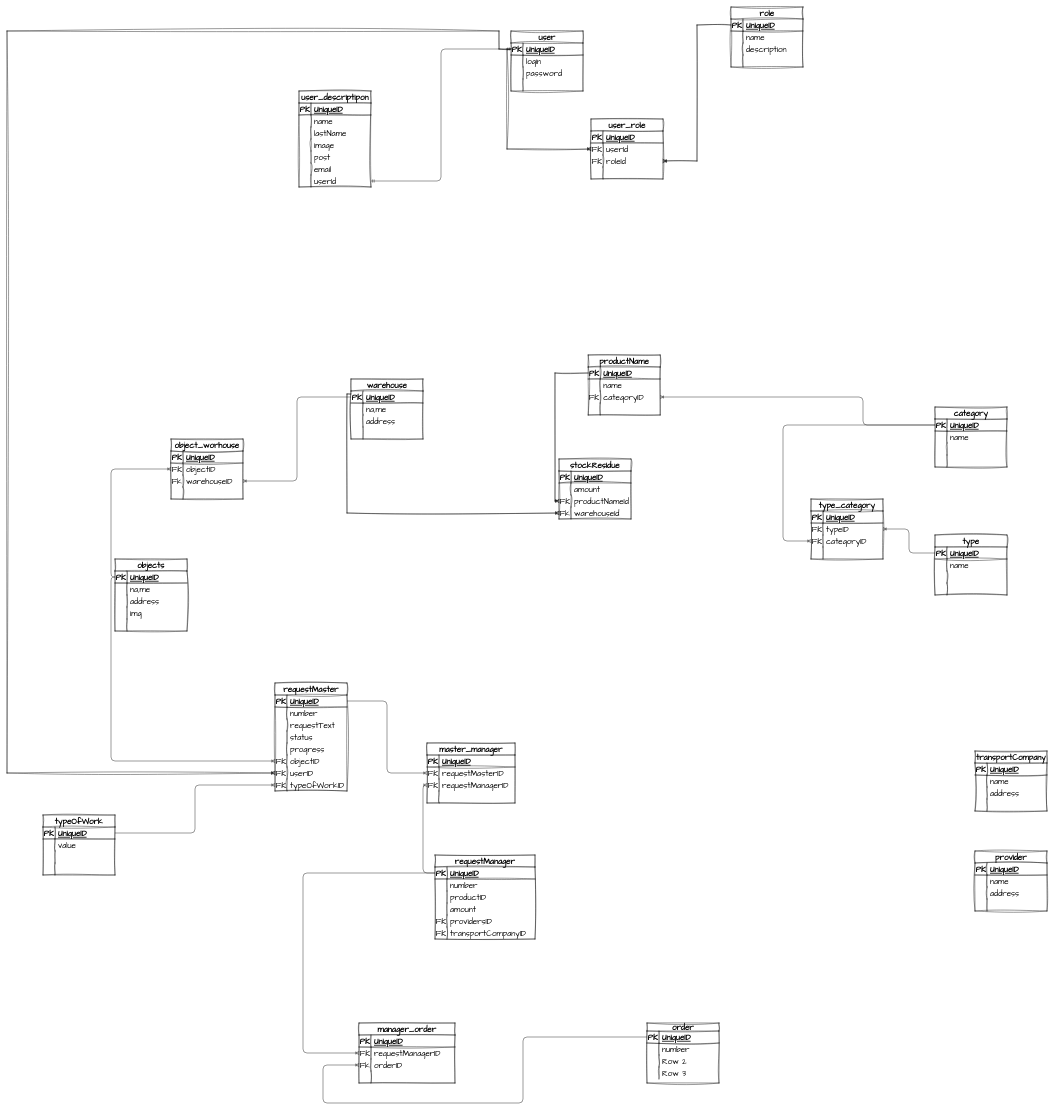
enot58/crm keeps this draw.io diagram as diagram.drawio. Above is the earlier version. Source tidied: cells renumbered, new cells numbered last; positions are measured from the earlier drawing's top-left corner, leaving out a move shared by most shapes. Both pictures are drawn from the tidied source at 40%, with x=0, y=0 at pixel (7, 7).
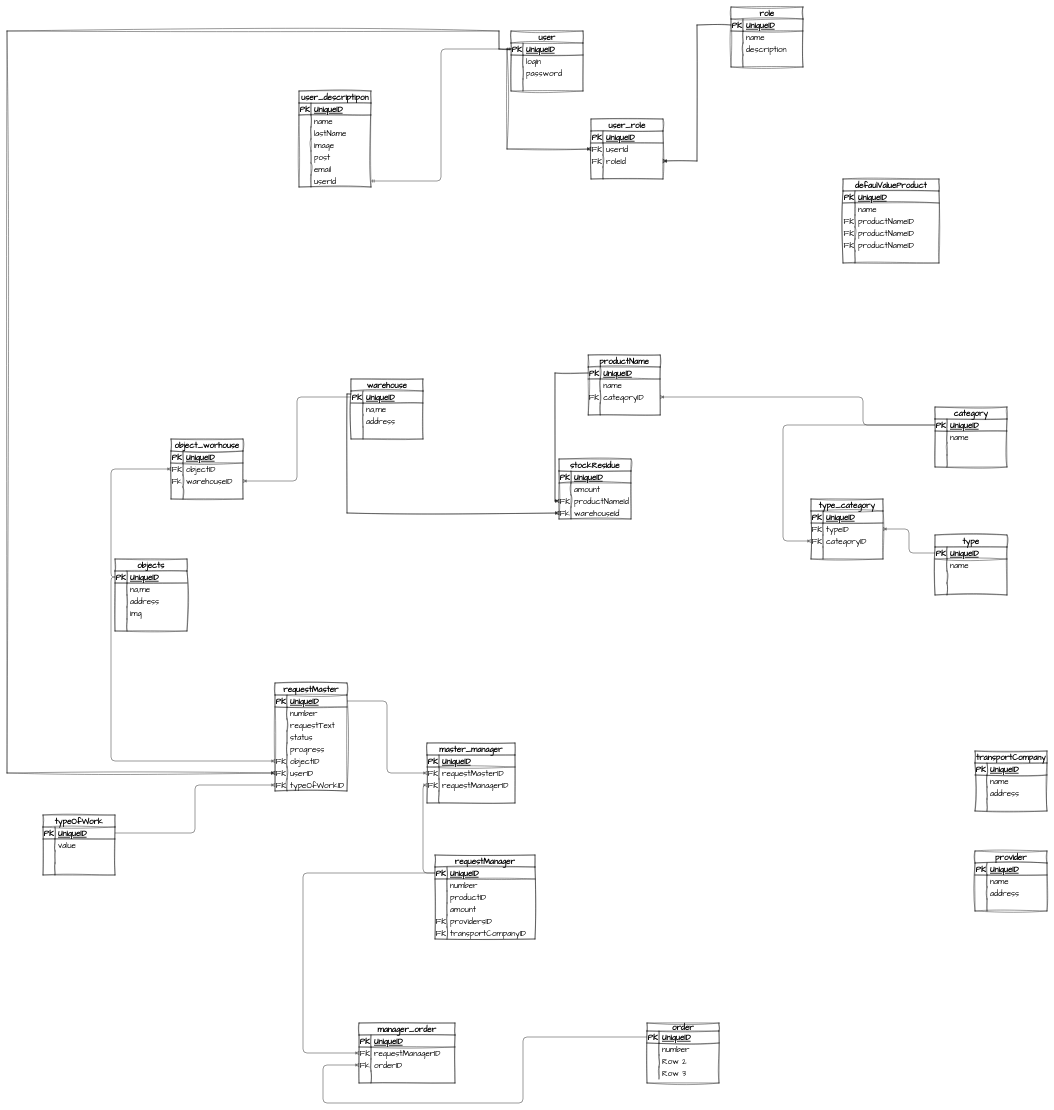
The same diagram, later.

Diff of the diagram source:
```diff
@@
+    <mxCell id="309" value="defaulValueProduct" style="shape=table;startSize=30;childLayout=tableLayout;rowLines=0;fontStyle=1;align=center;sketch=1;hachureGap=4;jiggle=2;curveFitting=1;fontFamily=Architects Daughter;fontSize=20;" parent="1" vertex="1">
+      <mxGeometry x="2090" y="430" width="240" height="210" as="geometry" />
+    </mxCell>
+    <mxCell id="310" style="shape=tableRow;horizontal=0;startSize=0;swimlaneHead=0;swimlaneBody=0;fillColor=none;top=0;left=0;right=0;bottom=1;sketch=1;hachureGap=4;jiggle=2;curveFitting=1;fontFamily=Architects Daughter;fontSize=20;" parent="309" vertex="1">
+      <mxGeometry y="30" width="240" height="30" as="geometry" />
+    </mxCell>
+    <mxCell id="311" value="PK" style="shape=partialRectangle;fillColor=none;top=0;left=0;bottom=0;right=0;fontStyle=1;overflow=hidden;sketch=1;hachureGap=4;jiggle=2;curveFitting=1;fontFamily=Architects Daughter;fontSize=20;" parent="310" vertex="1">
+      <mxGeometry width="30" height="30" as="geometry" />
+    </mxCell>
+    <mxCell id="312" value="UniqueID" style="shape=partialRectangle;fillColor=none;top=0;left=0;bottom=0;right=0;align=left;spacingLeft=6;fontStyle=5;overflow=hidden;sketch=1;hachureGap=4;jiggle=2;curveFitting=1;fontFamily=Architects Daughter;fontSize=20;" parent="310" vertex="1">
+      <mxGeometry x="30" width="210" height="30" as="geometry" />
+    </mxCell>
+    <mxCell id="313" style="shape=tableRow;horizontal=0;startSize=0;swimlaneHead=0;swimlaneBody=0;fillColor=none;top=0;left=0;right=0;bottom=0;sketch=1;hachureGap=4;jiggle=2;curveFitting=1;fontFamily=Architects Daughter;fontSize=20;" parent="309" vertex="1">
+      <mxGeometry y="60" width="240" height="30" as="geometry" />
+    </mxCell>
+    <mxCell id="314" style="shape=partialRectangle;fillColor=none;top=0;left=0;bottom=0;right=0;overflow=hidden;sketch=1;hachureGap=4;jiggle=2;curveFitting=1;fontFamily=Architects Daughter;fontSize=20;" parent="313" vertex="1">
+      <mxGeometry width="30" height="30" as="geometry" />
+    </mxCell>
+    <mxCell id="315" value="name" style="shape=partialRectangle;fillColor=none;top=0;left=0;bottom=0;right=0;align=left;spacingLeft=6;overflow=hidden;sketch=1;hachureGap=4;jiggle=2;curveFitting=1;fontFamily=Architects Daughter;fontSize=20;" parent="313" vertex="1">
+      <mxGeometry x="30" width="210" height="30" as="geometry" />
+    </mxCell>
+    <mxCell id="316" style="shape=tableRow;horizontal=0;startSize=0;swimlaneHead=0;swimlaneBody=0;fillColor=none;top=0;left=0;right=0;bottom=0;sketch=1;hachureGap=4;jiggle=2;curveFitting=1;fontFamily=Architects Daughter;fontSize=20;" parent="309" vertex="1">
+      <mxGeometry y="90" width="240" height="30" as="geometry" />
+    </mxCell>
+    <mxCell id="317" value="FK" style="shape=partialRectangle;fillColor=none;top=0;left=0;bottom=0;right=0;overflow=hidden;sketch=1;hachureGap=4;jiggle=2;curveFitting=1;fontFamily=Architects Daughter;fontSize=20;" parent="316" vertex="1">
+      <mxGeometry width="30" height="30" as="geometry" />
+    </mxCell>
+    <mxCell id="318" value="productNameID" style="shape=partialRectangle;fillColor=none;top=0;left=0;bottom=0;right=0;align=left;spacingLeft=6;overflow=hidden;sketch=1;hachureGap=4;jiggle=2;curveFitting=1;fontFamily=Architects Daughter;fontSize=20;" parent="316" vertex="1">
+      <mxGeometry x="30" width="210" height="30" as="geometry" />
+    </mxCell>
+    <mxCell id="319" style="shape=tableRow;horizontal=0;startSize=0;swimlaneHead=0;swimlaneBody=0;fillColor=none;top=0;left=0;right=0;bottom=0;sketch=1;hachureGap=4;jiggle=2;curveFitting=1;fontFamily=Architects Daughter;fontSize=20;" parent="309" vertex="1">
+      <mxGeometry y="120" width="240" height="30" as="geometry" />
+    </mxCell>
+    <mxCell id="320" value="FK" style="shape=partialRectangle;fillColor=none;top=0;left=0;bottom=0;right=0;overflow=hidden;sketch=1;hachureGap=4;jiggle=2;curveFitting=1;fontFamily=Architects Daughter;fontSize=20;" parent="319" vertex="1">
+      <mxGeometry width="30" height="30" as="geometry" />
+    </mxCell>
+    <mxCell id="321" value="productNameID" style="shape=partialRectangle;fillColor=none;top=0;left=0;bottom=0;right=0;align=left;spacingLeft=6;overflow=hidden;sketch=1;hachureGap=4;jiggle=2;curveFitting=1;fontFamily=Architects Daughter;fontSize=20;" parent="319" vertex="1">
+      <mxGeometry x="30" width="210" height="30" as="geometry" />
+    </mxCell>
+    <mxCell id="322" style="shape=tableRow;horizontal=0;startSize=0;swimlaneHead=0;swimlaneBody=0;fillColor=none;top=0;left=0;right=0;bottom=0;sketch=1;hachureGap=4;jiggle=2;curveFitting=1;fontFamily=Architects Daughter;fontSize=20;" parent="309" vertex="1">
+      <mxGeometry y="150" width="240" height="30" as="geometry" />
+    </mxCell>
+    <mxCell id="323" value="FK" style="shape=partialRectangle;fillColor=none;top=0;left=0;bottom=0;right=0;overflow=hidden;sketch=1;hachureGap=4;jiggle=2;curveFitting=1;fontFamily=Architects Daughter;fontSize=20;" parent="322" vertex="1">
+      <mxGeometry width="30" height="30" as="geometry" />
+    </mxCell>
+    <mxCell id="324" value="productNameID" style="shape=partialRectangle;fillColor=none;top=0;left=0;bottom=0;right=0;align=left;spacingLeft=6;overflow=hidden;sketch=1;hachureGap=4;jiggle=2;curveFitting=1;fontFamily=Architects Daughter;fontSize=20;" parent="322" vertex="1">
+      <mxGeometry x="30" width="210" height="30" as="geometry" />
+    </mxCell>
+    <mxCell id="325" style="shape=tableRow;horizontal=0;startSize=0;swimlaneHead=0;swimlaneBody=0;fillColor=none;top=0;left=0;right=0;bottom=0;sketch=1;hachureGap=4;jiggle=2;curveFitting=1;fontFamily=Architects Daughter;fontSize=20;" parent="309" vertex="1">
+      <mxGeometry y="180" width="240" height="30" as="geometry" />
+    </mxCell>
+    <mxCell id="326" style="shape=partialRectangle;fillColor=none;top=0;left=0;bottom=0;right=0;overflow=hidden;sketch=1;hachureGap=4;jiggle=2;curveFitting=1;fontFamily=Architects Daughter;fontSize=20;" parent="325" vertex="1">
+      <mxGeometry width="30" height="30" as="geometry" />
+    </mxCell>
+    <mxCell id="327" style="shape=partialRectangle;fillColor=none;top=0;left=0;bottom=0;right=0;align=left;spacingLeft=6;overflow=hidden;sketch=1;hachureGap=4;jiggle=2;curveFitting=1;fontFamily=Architects Daughter;fontSize=20;" parent="325" vertex="1">
+      <mxGeometry x="30" width="210" height="30" as="geometry" />
+    </mxCell>
```
